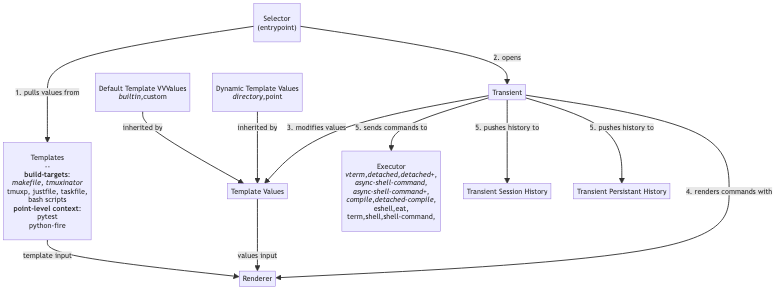
Above: .zetta.d/source/zettapkg/j/diagram.png in chiply/.files (Mermaid), before the change. Its source is kept beside it as .zetta.d/source/zettapkg/j/diagram.mmd.
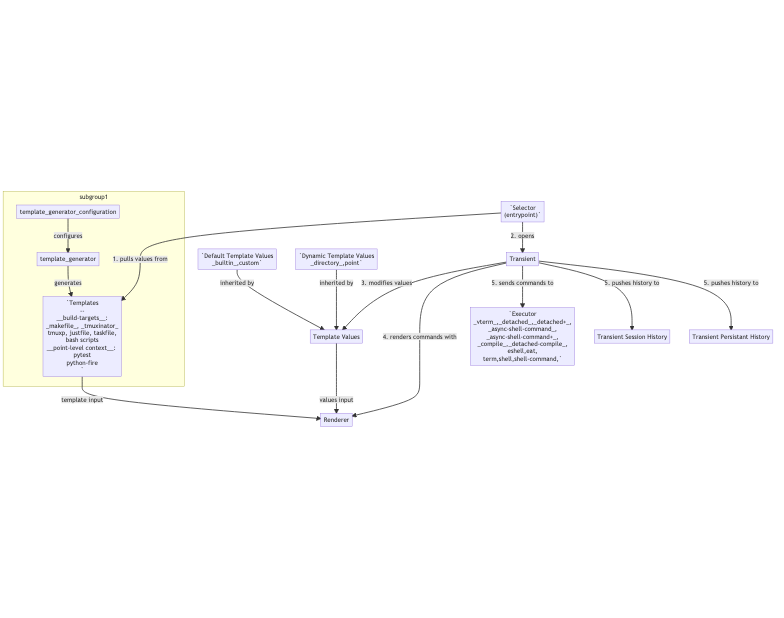
Above is the later version.

The edit, as a diff of the source:
```diff
@@ -1,6 +1,6 @@
 flowchart TD
 
-    A["`Default Template VVValues
+    A["`Default Template Values
     _builtin_,custom`"] --inherited by--> B[Template Values]
     C["`Dynamic Template Values
     _directory_,point`"] --inherited by--> B
@@ -35,3 +35,7 @@
 
     Transient -- 5. pushes history to --> session_hist[Transient Session History]
     Transient -- 5. pushes history to --> cross_session_hist[Transient Persistant History]
+    subgraph subgroup1
+        template_generator_configuration -- configures --> template_generator
+        template_generator -- generates --> target_templates
+    end
```
